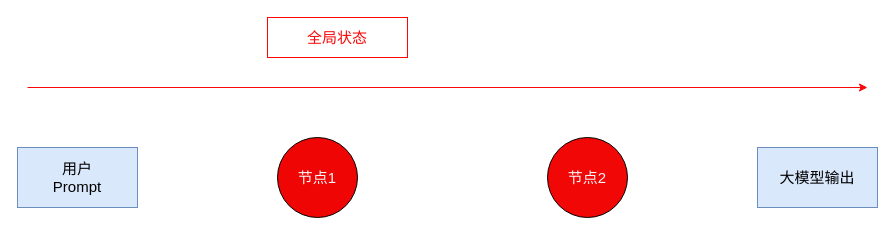
Earlier version of the draw.io diagram 全局状态.drawio (ChengziMao/picture). Source tidied: cells renumbered, new cells numbered last; positions are measured from the earlier drawing's top-left corner, leaving out a move shared by most shapes. Both pictures are drawn from the tidied source at 100%, with x=0, y=0 at pixel (17, 17).
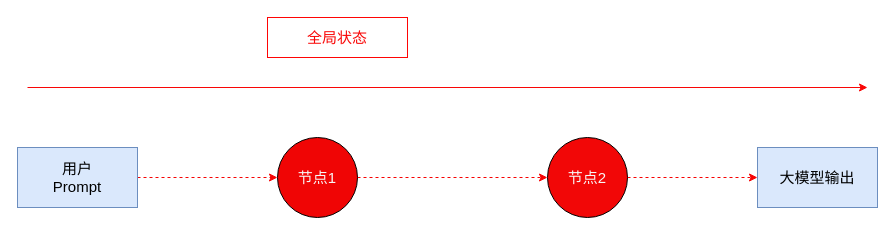
The same diagram, later.

Commit message:
更新全局状态.drawio

The edit, as a diff of the source:
```diff
@@
 <mxGraphModel>
   <root>
     <mxCell id="0" />
     <mxCell id="1" parent="0" />
+    <mxCell id="8" style="edgeStyle=orthogonalEdgeStyle;rounded=0;jettySize=auto;html=1;entryX=0;entryY=0.5;entryDx=0;entryDy=0;dashed=1;strokeColor=light-dark(#f60404, #ededed);" parent="1" edge="1" source="2" target="3">
+      <mxGeometry relative="1" as="geometry" />
+    </mxCell>
     <mxCell id="2" value="用户&lt;div&gt;Prompt&lt;/div&gt;" style="rounded=0;whiteSpace=wrap;html=1;fillColor=#dae8fc;strokeColor=#6c8ebf;fontSize=15;" parent="1" vertex="1">
       <mxGeometry y="130" width="120" height="60" as="geometry" />
     </mxCell>
+    <mxCell id="9" style="edgeStyle=orthogonalEdgeStyle;rounded=0;jettySize=auto;html=1;entryX=0;entryY=0.5;entryDx=0;entryDy=0;dashed=1;strokeColor=light-dark(#f70202, #ededed);" parent="1" edge="1" source="3" target="4">
+      <mxGeometry relative="1" as="geometry" />
+    </mxCell>
     <mxCell id="3" value="节点1" style="ellipse;whiteSpace=wrap;html=1;fillColor=light-dark(#f00505, #ededed);fontSize=15;fontColor=light-dark(#f8f7f7, #ededed);" parent="1" vertex="1">
       <mxGeometry x="260" y="120" width="80" height="80" as="geometry" />
     </mxCell>
+    <mxCell id="10" style="edgeStyle=orthogonalEdgeStyle;rounded=0;jettySize=auto;html=1;entryX=0;entryY=0.5;entryDx=0;entryDy=0;dashed=1;strokeColor=light-dark(#f70202, #ededed);" parent="1" edge="1" source="4" target="5">
+      <mxGeometry relative="1" as="geometry" />
+    </mxCell>
     <mxCell id="4" value="节点2" style="ellipse;whiteSpace=wrap;html=1;fillColor=light-dark(#f20707, #ededed);fontSize=15;fontColor=light-dark(#f8f7f7, #ededed);" parent="1" vertex="1">
       <mxGeometry x="530" y="120" width="80" height="80" as="geometry" />
     </mxCell>
     <mxCell id="5" value="大模型输出" style="rounded=0;whiteSpace=wrap;html=1;fillColor=#dae8fc;strokeColor=#6c8ebf;fontSize=15;" parent="1" vertex="1">
       <mxGeometry x="740" y="130" width="120" height="60" as="geometry" />
     </mxCell>
     <mxCell id="6" style="endArrow=classic;html=1;rounded=0;fontColor=light-dark(#f20202, #ededed);strokeColor=light-dark(#f90606, #ededed);fontSize=15;" parent="1" edge="1">
       <mxGeometry relative="1" as="geometry">
         <mxPoint x="10" y="70" as="sourcePoint" />
         <mxPoint x="850" y="70" as="targetPoint" />
       </mxGeometry>
     </mxCell>
     <mxCell id="7" value="全局状态" style="rounded=0;whiteSpace=wrap;html=1;strokeColor=light-dark(#ff0505, #ededed);fontColor=light-dark(#f90606, #ededed);fontSize=15;" parent="1" vertex="1">
       <mxGeometry x="250" width="140" height="40" as="geometry" />
     </mxCell>
   </root>
 </mxGraphModel>
```
